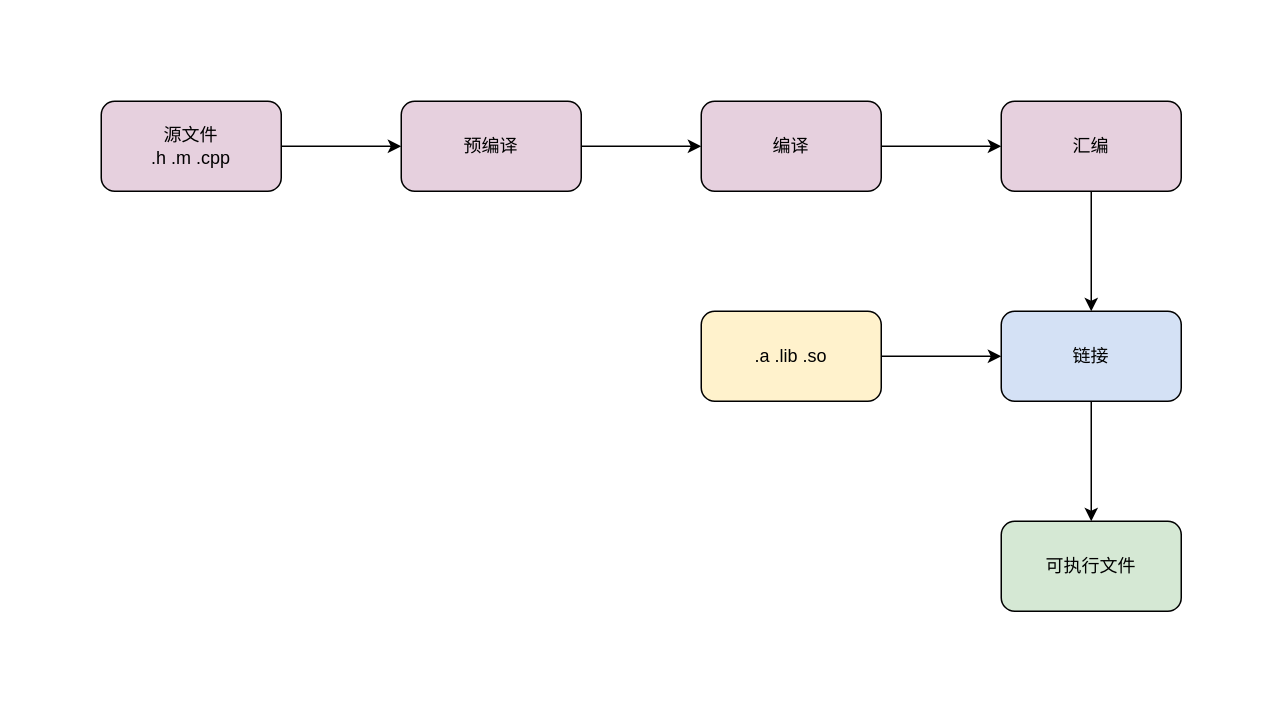
Earlier version of the draw.io diagram CompileFlowchart.drawio (star-j/Flowchart). Source tidied: cells renumbered, new cells numbered last; positions are measured from the earlier drawing's top-left corner, leaving out a move shared by most shapes. Both pictures are drawn from the tidied source at 150%, with x=0, y=0 at pixel (100, 100).
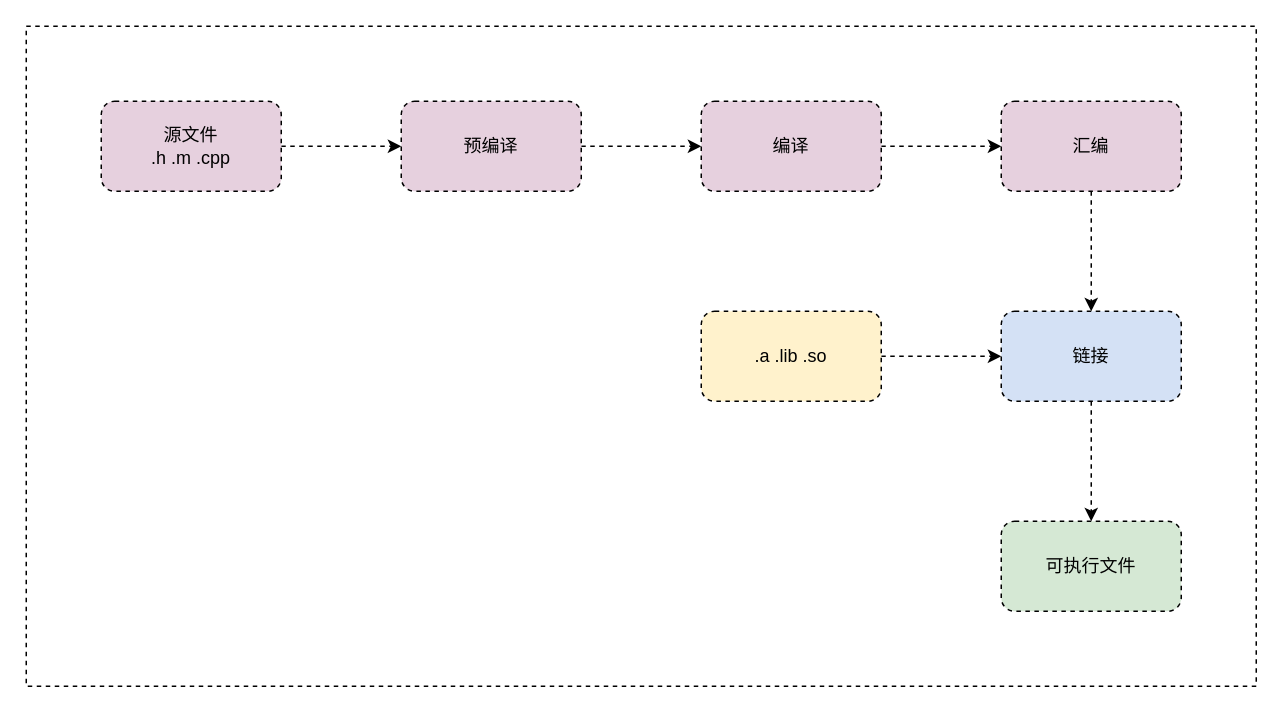
After the change.

Change to the diagram source:
```diff
@@
 <mxGraphModel>
   <root>
     <mxCell id="0" />
     <mxCell id="1" parent="0" />
+    <mxCell id="15" style="rounded=0;whiteSpace=wrap;html=1;fillColor=#FFFFFF;dashed=1;" parent="1" vertex="1">
+      <mxGeometry x="-50" y="-50" width="820" height="440" as="geometry" />
+    </mxCell>
-    <mxCell id="2" style="edgeStyle=orthogonalEdgeStyle;rounded=0;jettySize=auto;html=1;" parent="1" edge="1" source="3" target="5">
+    <mxCell id="2" style="edgeStyle=orthogonalEdgeStyle;rounded=0;jettySize=auto;html=1;dashed=1;" parent="1" edge="1" source="3" target="5">
       <mxGeometry relative="1" as="geometry" />
     </mxCell>
-    <mxCell id="3" value="源文件&lt;br&gt;.h .m .cpp" style="rounded=1;whiteSpace=wrap;html=1;fillColor=#E6D0DE;" parent="1" vertex="1">
+    <mxCell id="3" value="源文件&lt;br&gt;.h .m .cpp" style="rounded=1;whiteSpace=wrap;html=1;fillColor=#E6D0DE;dashed=1;" parent="1" vertex="1">
       <mxGeometry width="120" height="60" as="geometry" />
     </mxCell>
-    <mxCell id="4" style="edgeStyle=orthogonalEdgeStyle;rounded=0;jettySize=auto;html=1;" parent="1" edge="1" source="5" target="7">
+    <mxCell id="4" style="edgeStyle=orthogonalEdgeStyle;rounded=0;jettySize=auto;html=1;dashed=1;" parent="1" edge="1" source="5" target="7">
       <mxGeometry relative="1" as="geometry" />
     </mxCell>
-    <mxCell id="5" value="预编译" style="whiteSpace=wrap;html=1;rounded=1;fillColor=#E6D0DE;" parent="1" vertex="1">
+    <mxCell id="5" value="预编译" style="whiteSpace=wrap;html=1;rounded=1;fillColor=#E6D0DE;dashed=1;" parent="1" vertex="1">
       <mxGeometry x="200" width="120" height="60" as="geometry" />
     </mxCell>
-    <mxCell id="6" style="edgeStyle=orthogonalEdgeStyle;rounded=0;jettySize=auto;html=1;" parent="1" edge="1" source="7" target="9">
+    <mxCell id="6" style="edgeStyle=orthogonalEdgeStyle;rounded=0;jettySize=auto;html=1;dashed=1;" parent="1" edge="1" source="7" target="9">
       <mxGeometry relative="1" as="geometry" />
     </mxCell>
-    <mxCell id="7" value="编译" style="whiteSpace=wrap;html=1;rounded=1;fillColor=#E6D0DE;" parent="1" vertex="1">
+    <mxCell id="7" value="编译" style="whiteSpace=wrap;html=1;rounded=1;fillColor=#E6D0DE;dashed=1;" parent="1" vertex="1">
       <mxGeometry x="400" width="120" height="60" as="geometry" />
     </mxCell>
-    <mxCell id="8" style="edgeStyle=orthogonalEdgeStyle;rounded=0;jettySize=auto;html=1;" parent="1" edge="1" source="9" target="11">
+    <mxCell id="8" style="edgeStyle=orthogonalEdgeStyle;rounded=0;jettySize=auto;html=1;dashed=1;" parent="1" edge="1" source="9" target="11">
       <mxGeometry relative="1" as="geometry" />
     </mxCell>
-    <mxCell id="9" value="汇编" style="whiteSpace=wrap;html=1;rounded=1;fillColor=#E6D0DE;" parent="1" vertex="1">
+    <mxCell id="9" value="汇编" style="whiteSpace=wrap;html=1;rounded=1;fillColor=#E6D0DE;dashed=1;" parent="1" vertex="1">
       <mxGeometry x="600" width="120" height="60" as="geometry" />
     </mxCell>
-    <mxCell id="10" style="edgeStyle=orthogonalEdgeStyle;rounded=0;jettySize=auto;html=1;" parent="1" edge="1" source="11" target="14">
+    <mxCell id="10" style="edgeStyle=orthogonalEdgeStyle;rounded=0;jettySize=auto;html=1;dashed=1;" parent="1" edge="1" source="11" target="14">
       <mxGeometry relative="1" as="geometry" />
     </mxCell>
-    <mxCell id="11" value="链接" style="whiteSpace=wrap;html=1;rounded=1;fillColor=#D4E1F5;" parent="1" vertex="1">
+    <mxCell id="11" value="链接" style="whiteSpace=wrap;html=1;rounded=1;fillColor=#D4E1F5;dashed=1;" parent="1" vertex="1">
       <mxGeometry x="600" y="140" width="120" height="60" as="geometry" />
     </mxCell>
-    <mxCell id="12" style="edgeStyle=orthogonalEdgeStyle;rounded=0;jettySize=auto;html=1;exitX=1;exitY=0.5;exitDx=0;exitDy=0;" parent="1" edge="1" source="13" target="11">
+    <mxCell id="12" style="edgeStyle=orthogonalEdgeStyle;rounded=0;jettySize=auto;html=1;exitX=1;exitY=0.5;exitDx=0;exitDy=0;dashed=1;" parent="1" edge="1" source="13" target="11">
       <mxGeometry relative="1" as="geometry" />
     </mxCell>
-    <mxCell id="13" value=".a .lib .so" style="whiteSpace=wrap;html=1;rounded=1;fillColor=#FFF2CC;" parent="1" vertex="1">
+    <mxCell id="13" value=".a .lib .so" style="whiteSpace=wrap;html=1;rounded=1;fillColor=#FFF2CC;dashed=1;" parent="1" vertex="1">
       <mxGeometry x="400" y="140" width="120" height="60" as="geometry" />
     </mxCell>
-    <mxCell id="14" value="可执行文件" style="whiteSpace=wrap;html=1;rounded=1;fillColor=#D5E8D4;" parent="1" vertex="1">
+    <mxCell id="14" value="可执行文件" style="whiteSpace=wrap;html=1;rounded=1;fillColor=#D5E8D4;dashed=1;" parent="1" vertex="1">
       <mxGeometry x="600" y="280" width="120" height="60" as="geometry" />
     </mxCell>
   </root>
 </mxGraphModel>
```
